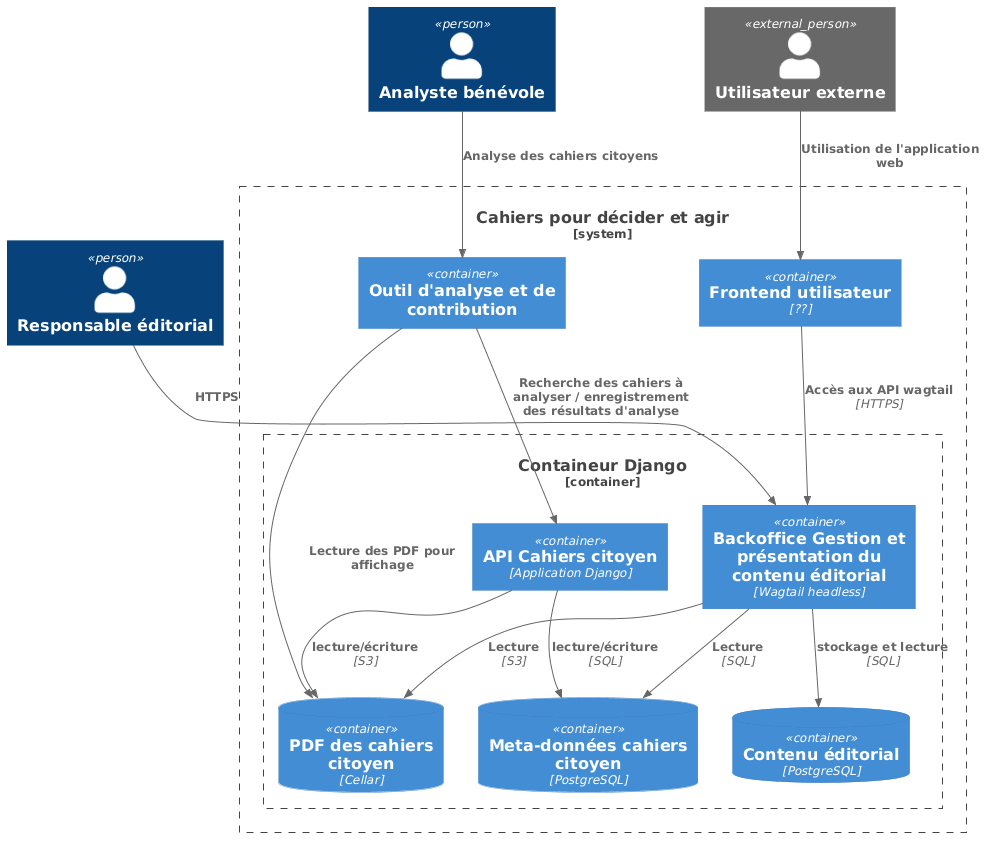
Above: docs/architecture.png in dataforgoodfr/15-Les-cahiers-pour-decider-et-agir (PlantUML), before the change.
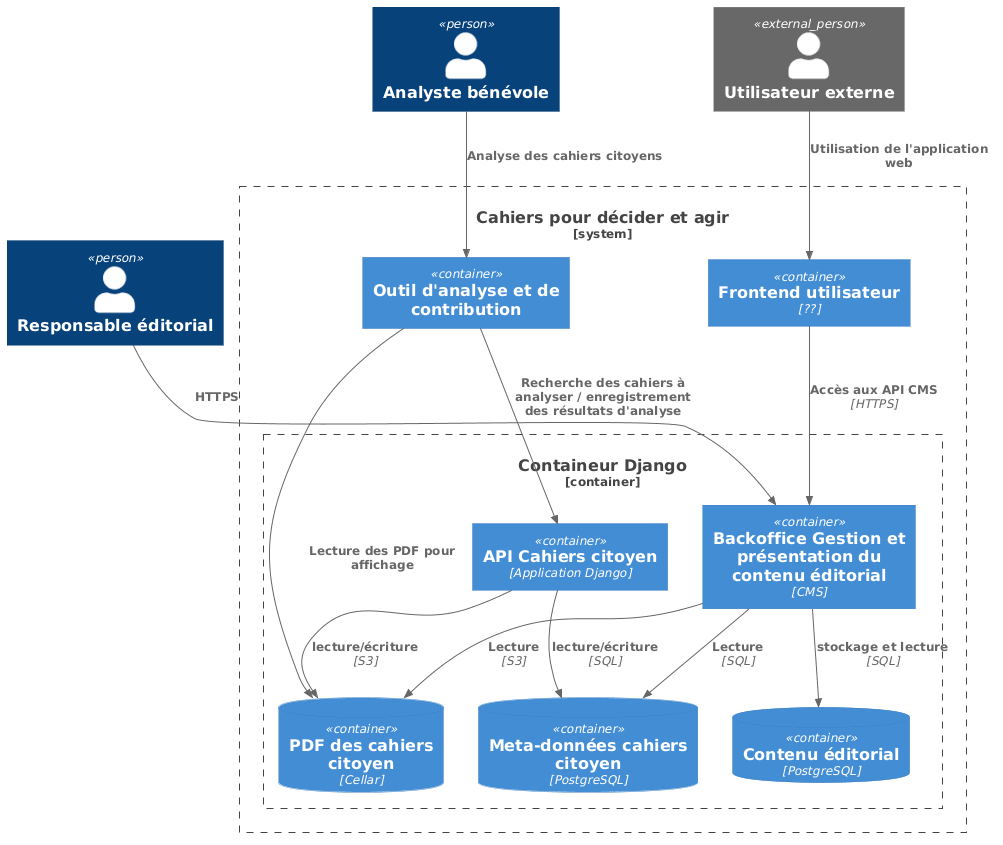
After the change.

Commit message:
Prise en compte des retours

What changed in the source:
```diff
@@ -8,7 +8,7 @@
     Container(frontend_app, "Frontend utilisateur", "??")
     Container(ihm_analyse, "Outil d'analyse et de contribution")
     Container_Boundary(django, "Containeur Django") {
-      Container(backend_app, "Backoffice Gestion et présentation du contenu éditorial", "Wagtail headless")
+      Container(backend_app, "Backoffice Gestion et présentation du contenu éditorial", "CMS")
       Container(api_cahier_app, "API Cahiers citoyen", "Application Django")
       ContainerDb(backend_db, "Contenu éditorial", "PostgreSQL")
       ContainerDb(cahier_db, "Meta-données cahiers citoyen", "PostgreSQL")
@@ -18,7 +18,7 @@
       Rel(backend_app, backend_db, "stockage et lecture", "SQL")
       Rel(backend_app, cahier_db, "Lecture", "SQL")
       Rel(backend_app, cahier_cellar, "Lecture", "S3")
-      Rel(frontend_app, backend_app, "Accès aux API wagtail", "HTTPS")
+      Rel(frontend_app, backend_app, "Accès aux API CMS", "HTTPS")
     }
   }
   Rel(Utilisateur, frontend_app, "Utilisation de l'application web")
```
